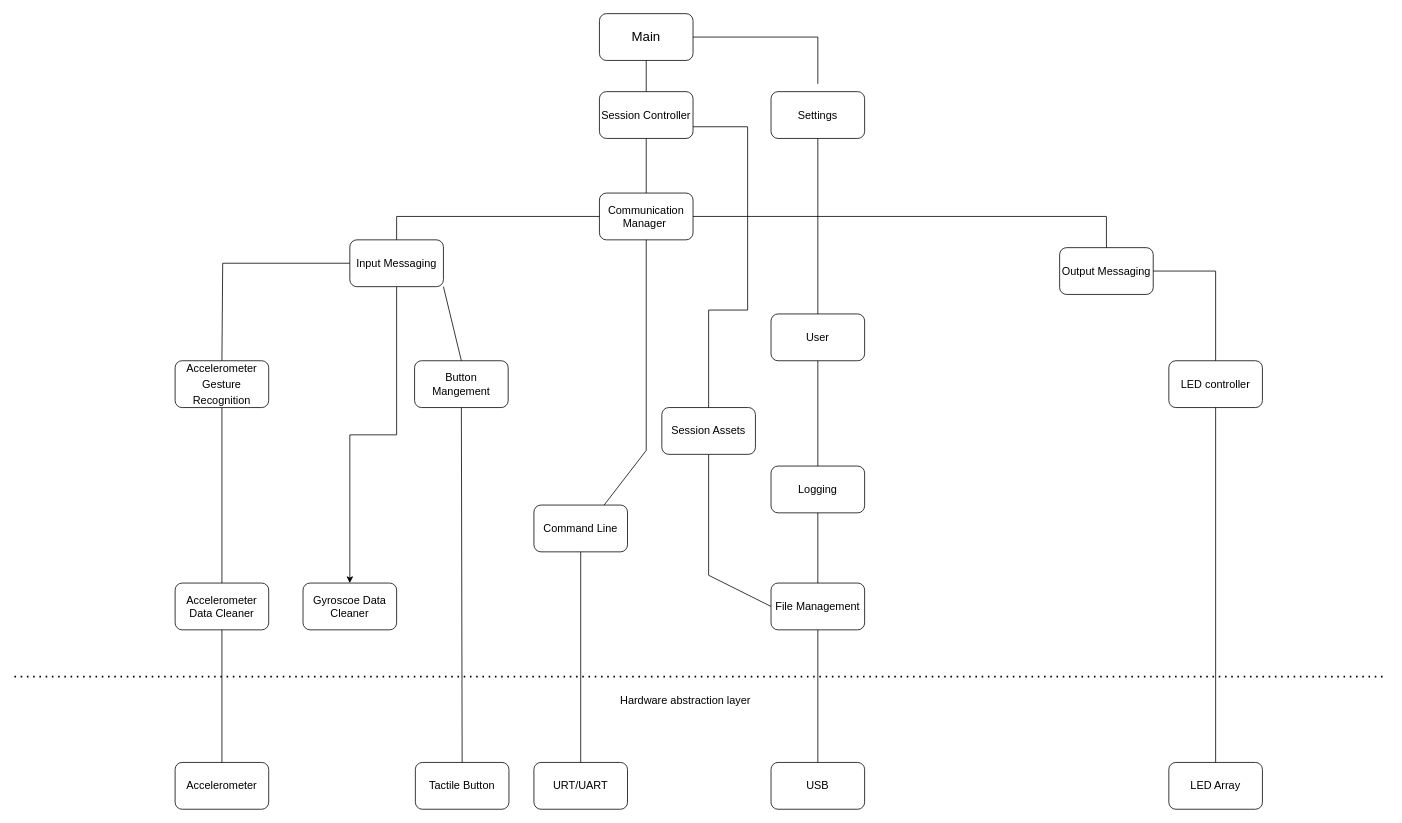
Above: page "HoC" (3 of 4) of homework_week_6/Assets/Final_project.drawio in error404notfound/making-embedded-systems-homework (draw.io), before the change. Source tidied: cells renumbered, new cells numbered last; positions are measured from the earlier drawing's top-left corner, leaving out a move shared by most shapes. Both pictures are drawn from the tidied source at 78%, with x=0, y=0 at pixel (14, 13).
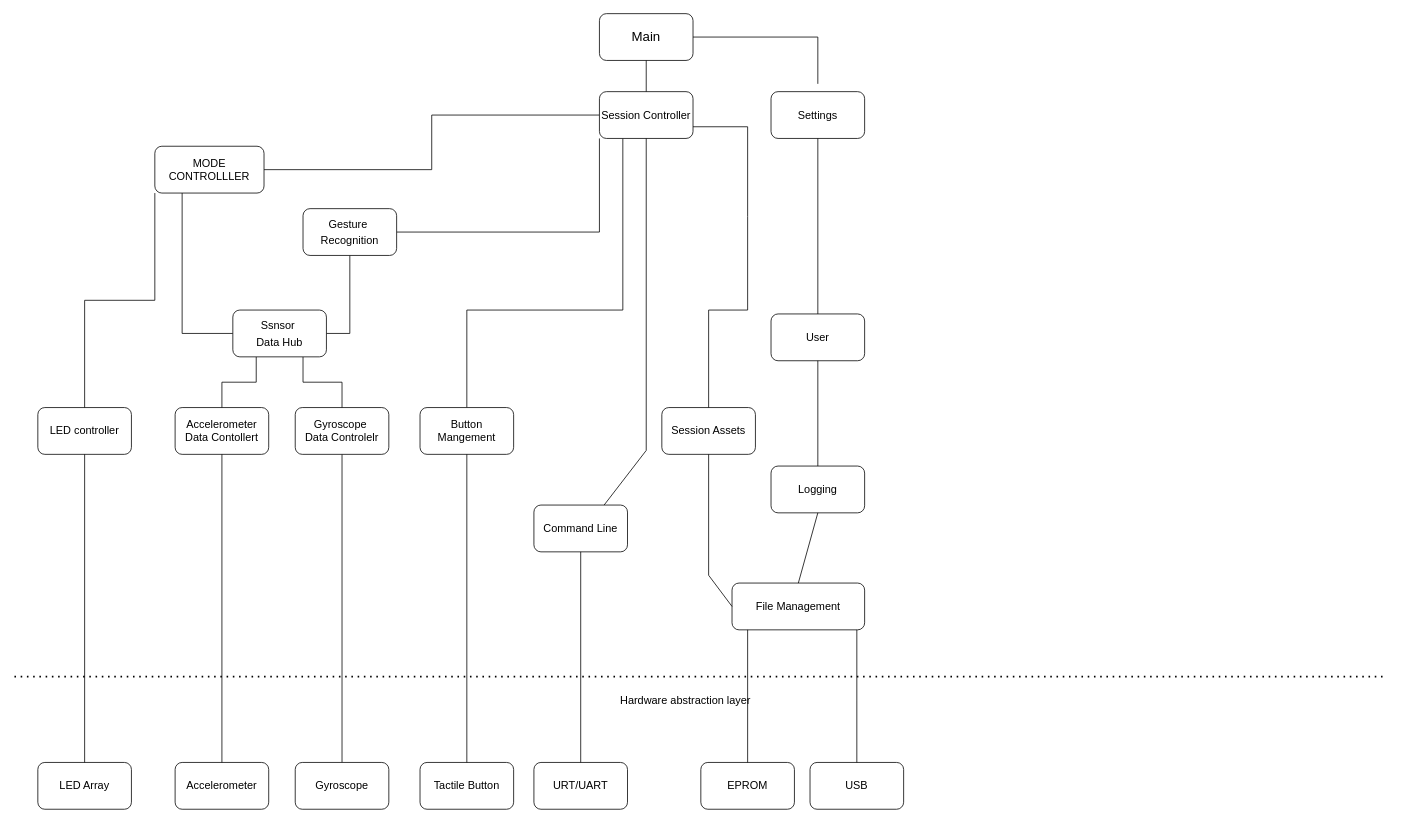
After the change.

Commit message (it also covers changes not shown here):
adding HoC diagram

Unchanged cells that the change refers to:
```xml
<mxCell id="4" value="Command Line" style="rounded=1;whiteSpace=wrap;html=1;fontSize=14;" parent="1" vertex="1">
  <mxGeometry x="666" y="630" width="120" height="60" as="geometry" />
</mxCell>
<mxCell id="9" value="Session Controller" style="rounded=1;whiteSpace=wrap;html=1;fontSize=14;" parent="1" vertex="1">
  <mxGeometry x="750" y="100" width="120" height="60" as="geometry" />
</mxCell>
```

Diff of the diagram source:
```diff
@@
+    <mxCell id="46" style="edgeStyle=orthogonalEdgeStyle;rounded=0;jettySize=auto;html=1;exitX=1;exitY=0.5;exitDx=0;exitDy=0;endArrow=none;endFill=0;entryX=0;entryY=1;entryDx=0;entryDy=0;" parent="1" edge="1" source="3" target="9">
+      <mxGeometry relative="1" as="geometry">
+        <Array as="points">
+          <mxPoint x="750" y="280" />
+        </Array>
+      </mxGeometry>
+    </mxCell>
+    <mxCell id="47" style="edgeStyle=orthogonalEdgeStyle;rounded=0;jettySize=auto;html=1;exitX=0.5;exitY=1;exitDx=0;exitDy=0;entryX=1;entryY=0.5;entryDx=0;entryDy=0;endArrow=none;endFill=0;" parent="1" edge="1" source="3" target="56">
+      <mxGeometry relative="1" as="geometry" />
+    </mxCell>
-    <mxCell id="3" value="&lt;font style=&quot;font-size: 14px&quot;&gt;Accelerometer Gesture Recognition&lt;/font&gt;" style="rounded=1;whiteSpace=wrap;html=1;fontSize=17;" parent="1" vertex="1">
-      <mxGeometry x="206" y="445" width="120" height="60" as="geometry" />
+    <mxCell id="3" value="&lt;font style=&quot;font-size: 14px&quot;&gt;Gesture&amp;nbsp;&lt;br&gt;Recognition&lt;br&gt;&lt;/font&gt;" style="rounded=1;whiteSpace=wrap;html=1;fontSize=17;" parent="1" vertex="1">
+      <mxGeometry x="370" y="250" width="120" height="60" as="geometry" />
     </mxCell>
@@
     <mxCell id="6" value="LED controller" style="rounded=1;whiteSpace=wrap;html=1;fontSize=14;" parent="1" vertex="1">
-      <mxGeometry x="1480" y="445" width="120" height="60" as="geometry" />
+      <mxGeometry x="30" y="505" width="120" height="60" as="geometry" />
     </mxCell>
+    <mxCell id="48" style="edgeStyle=orthogonalEdgeStyle;rounded=0;jettySize=auto;html=1;entryX=0.25;entryY=1;entryDx=0;entryDy=0;endArrow=none;endFill=0;" parent="1" edge="1" source="7" target="9">
+      <mxGeometry relative="1" as="geometry">
+        <Array as="points">
+          <mxPoint x="580" y="380" />
+          <mxPoint x="780" y="380" />
+        </Array>
+      </mxGeometry>
+    </mxCell>
     <mxCell id="7" value="Button Mangement" style="rounded=1;whiteSpace=wrap;html=1;fontSize=14;" parent="1" vertex="1">
-      <mxGeometry x="513" y="445" width="120" height="60" as="geometry" />
+      <mxGeometry x="520" y="505" width="120" height="60" as="geometry" />
     </mxCell>
@@
+    <mxCell id="49" style="edgeStyle=orthogonalEdgeStyle;rounded=0;jettySize=auto;html=1;entryX=1;entryY=0.5;entryDx=0;entryDy=0;endArrow=none;endFill=0;" parent="1" edge="1" source="9" target="12">
+      <mxGeometry relative="1" as="geometry" />
+    </mxCell>
@@
-    <mxCell id="10" value="Communication&lt;br&gt;Manager&amp;nbsp;" style="rounded=1;whiteSpace=wrap;html=1;fontSize=14;" parent="1" vertex="1">
-      <mxGeometry x="750" y="230" width="120" height="60" as="geometry" />
-    </mxCell>
-    <mxCell id="11" style="edgeStyle=orthogonalEdgeStyle;rounded=0;jettySize=auto;html=1;exitX=0.5;exitY=1;exitDx=0;exitDy=0;entryX=0.5;entryY=0;entryDx=0;entryDy=0;" parent="1" edge="1" source="12" target="45">
-      <mxGeometry relative="1" as="geometry" />
-    </mxCell>
+    <mxCell id="50" style="edgeStyle=orthogonalEdgeStyle;rounded=0;jettySize=auto;html=1;exitX=0;exitY=1;exitDx=0;exitDy=0;endArrow=none;endFill=0;" parent="1" edge="1" source="12" target="6">
+      <mxGeometry relative="1" as="geometry" />
+    </mxCell>
+    <mxCell id="51" style="edgeStyle=orthogonalEdgeStyle;rounded=0;jettySize=auto;html=1;exitX=0.25;exitY=1;exitDx=0;exitDy=0;entryX=0;entryY=0.5;entryDx=0;entryDy=0;endArrow=none;endFill=0;" parent="1" edge="1" source="12" target="56">
+      <mxGeometry relative="1" as="geometry" />
+    </mxCell>
-    <mxCell id="12" value="Input Messaging" style="rounded=1;whiteSpace=wrap;html=1;fontSize=14;" parent="1" vertex="1">
-      <mxGeometry x="430" y="290" width="120" height="60" as="geometry" />
+    <mxCell id="12" value="MODE&lt;br&gt;CONTROLLLER&lt;br&gt;" style="rounded=1;whiteSpace=wrap;html=1;fontSize=14;" parent="1" vertex="1">
+      <mxGeometry x="180" y="170" width="140" height="60" as="geometry" />
     </mxCell>
-    <mxCell id="13" value="Output Messaging" style="rounded=1;whiteSpace=wrap;html=1;fontSize=14;" parent="1" vertex="1">
-      <mxGeometry x="1340" y="300" width="120" height="60" as="geometry" />
-    </mxCell>
@@
     <mxCell id="16" value="LED Array" style="rounded=1;whiteSpace=wrap;html=1;fontSize=14;" parent="1" vertex="1">
-      <mxGeometry x="1480" y="960" width="120" height="60" as="geometry" />
+      <mxGeometry x="30" y="960" width="120" height="60" as="geometry" />
     </mxCell>
     <mxCell id="17" value="USB" style="rounded=1;whiteSpace=wrap;html=1;fontSize=14;" parent="1" vertex="1">
-      <mxGeometry x="970" y="960" width="120" height="60" as="geometry" />
+      <mxGeometry x="1020" y="960" width="120" height="60" as="geometry" />
     </mxCell>
@@
     <mxCell id="19" value="Tactile Button" style="rounded=1;whiteSpace=wrap;html=1;fontSize=14;" parent="1" vertex="1">
-      <mxGeometry x="514" y="960" width="120" height="60" as="geometry" />
+      <mxGeometry x="520" y="960" width="120" height="60" as="geometry" />
     </mxCell>
-    <mxCell id="20" value="Accelerometer Data Cleaner" style="rounded=1;whiteSpace=wrap;html=1;fontSize=14;" parent="1" vertex="1">
-      <mxGeometry x="206" y="730" width="120" height="60" as="geometry" />
+    <mxCell id="20" value="Accelerometer Data Contollert" style="rounded=1;whiteSpace=wrap;html=1;fontSize=14;" parent="1" vertex="1">
+      <mxGeometry x="206" y="505" width="120" height="60" as="geometry" />
     </mxCell>
@@
     <mxCell id="27" value="File Management" style="rounded=1;whiteSpace=wrap;html=1;fontSize=14;" parent="1" vertex="1">
-      <mxGeometry x="970" y="730" width="120" height="60" as="geometry" />
+      <mxGeometry x="920" y="730" width="170" height="60" as="geometry" />
     </mxCell>
-    <mxCell id="28" style="endArrow=none;html=1;rounded=0;fontSize=14;exitX=0.5;exitY=0;exitDx=0;exitDy=0;entryX=0.5;entryY=1;entryDx=0;entryDy=0;" parent="1" edge="1" source="17" target="27">
-      <mxGeometry relative="1" as="geometry" />
+    <mxCell id="28" style="endArrow=none;html=1;rounded=0;fontSize=14;exitX=0.5;exitY=0;exitDx=0;exitDy=0;entryX=0.5;entryY=1;entryDx=0;entryDy=0;" parent="1" edge="1" source="17">
+      <mxGeometry relative="1" as="geometry">
+        <mxPoint x="1080" y="790" as="targetPoint" />
+        <Array as="points">
+          <mxPoint x="1080" y="880" />
+        </Array>
+      </mxGeometry>
     </mxCell>
@@
-    <mxCell id="31" style="endArrow=none;html=1;rounded=0;fontSize=14;entryX=1;entryY=0.5;entryDx=0;entryDy=0;exitX=0.5;exitY=0;exitDx=0;exitDy=0;" parent="1" edge="1" source="6" target="13">
-      <mxGeometry relative="1" as="geometry">
-        <Array as="points">
-          <mxPoint x="1540" y="330" />
-        </Array>
-      </mxGeometry>
-    </mxCell>
@@
-    <mxCell id="34" style="endArrow=none;html=1;rounded=0;fontSize=14;entryX=0.5;entryY=1;entryDx=0;entryDy=0;exitX=0.5;exitY=0;exitDx=0;exitDy=0;" parent="1" edge="1" source="10" target="9">
-      <mxGeometry relative="1" as="geometry" />
-    </mxCell>
-    <mxCell id="35" style="endArrow=none;html=1;rounded=0;fontSize=14;exitX=1;exitY=0.5;exitDx=0;exitDy=0;entryX=0.5;entryY=0;entryDx=0;entryDy=0;" parent="1" edge="1" source="10" target="13">
-      <mxGeometry relative="1" as="geometry">
-        <Array as="points">
-          <mxPoint x="1400" y="260" />
-        </Array>
-      </mxGeometry>
-    </mxCell>
-    <mxCell id="36" style="endArrow=none;html=1;rounded=0;fontSize=14;entryX=0;entryY=0.5;entryDx=0;entryDy=0;exitX=0.5;exitY=0;exitDx=0;exitDy=0;" parent="1" edge="1" source="12" target="10">
-      <mxGeometry relative="1" as="geometry">
-        <Array as="points">
-          <mxPoint x="490" y="260" />
-        </Array>
-      </mxGeometry>
-    </mxCell>
-    <mxCell id="37" style="endArrow=none;html=1;rounded=0;fontSize=14;exitX=0.75;exitY=0;exitDx=0;exitDy=0;entryX=0.5;entryY=1;entryDx=0;entryDy=0;" parent="1" edge="1" source="4" target="10">
+    <mxCell id="37" style="endArrow=none;html=1;rounded=0;fontSize=14;exitX=0.75;exitY=0;exitDx=0;exitDy=0;entryX=0.5;entryY=1;entryDx=0;entryDy=0;" parent="1" edge="1" source="4" target="9">
       <mxGeometry relative="1" as="geometry">
         <Array as="points">
           <mxPoint x="810" y="560" />
         </Array>
       </mxGeometry>
     </mxCell>
-    <mxCell id="38" style="endArrow=none;html=1;rounded=0;fontSize=14;exitX=0.5;exitY=0;exitDx=0;exitDy=0;entryX=0;entryY=0.5;entryDx=0;entryDy=0;" parent="1" edge="1" source="3" target="12">
-      <mxGeometry relative="1" as="geometry">
-        <Array as="points">
-          <mxPoint x="267" y="320" />
-        </Array>
-      </mxGeometry>
-    </mxCell>
-    <mxCell id="39" style="endArrow=none;html=1;rounded=0;fontSize=14;entryX=1;entryY=1;entryDx=0;entryDy=0;exitX=0.5;exitY=0;exitDx=0;exitDy=0;" parent="1" edge="1" source="7" target="12">
-      <mxGeometry relative="1" as="geometry" />
-    </mxCell>
@@
-    <mxCell id="41" style="endArrow=none;html=1;rounded=0;fontSize=14;entryX=0.5;entryY=1;entryDx=0;entryDy=0;exitX=0.5;exitY=0;exitDx=0;exitDy=0;" parent="1" edge="1" source="20" target="3">
-      <mxGeometry relative="1" as="geometry" />
-    </mxCell>
@@
+    <mxCell id="52" style="edgeStyle=orthogonalEdgeStyle;rounded=0;jettySize=auto;html=1;exitX=0.5;exitY=1;exitDx=0;exitDy=0;entryX=0.5;entryY=0;entryDx=0;entryDy=0;endArrow=none;endFill=0;" parent="1" edge="1" source="45" target="53">
+      <mxGeometry relative="1" as="geometry" />
+    </mxCell>
-    <mxCell id="45" value="Gyroscoe Data Cleaner" style="rounded=1;whiteSpace=wrap;html=1;fontSize=14;" parent="1" vertex="1">
-      <mxGeometry x="370" y="730" width="120" height="60" as="geometry" />
+    <mxCell id="45" value="Gyroscope&amp;nbsp;&lt;br&gt;Data Controlelr" style="rounded=1;whiteSpace=wrap;html=1;fontSize=14;" parent="1" vertex="1">
+      <mxGeometry x="360" y="505" width="120" height="60" as="geometry" />
     </mxCell>
+    <mxCell id="53" value="Gyroscope" style="rounded=1;whiteSpace=wrap;html=1;fontSize=14;" parent="1" vertex="1">
+      <mxGeometry x="360" y="960" width="120" height="60" as="geometry" />
+    </mxCell>
+    <mxCell id="54" style="edgeStyle=orthogonalEdgeStyle;rounded=0;jettySize=auto;html=1;exitX=0.75;exitY=1;exitDx=0;exitDy=0;entryX=0.5;entryY=0;entryDx=0;entryDy=0;endArrow=none;endFill=0;" parent="1" edge="1" source="56" target="45">
+      <mxGeometry relative="1" as="geometry" />
+    </mxCell>
+    <mxCell id="55" style="edgeStyle=orthogonalEdgeStyle;rounded=0;jettySize=auto;html=1;exitX=0.25;exitY=1;exitDx=0;exitDy=0;entryX=0.5;entryY=0;entryDx=0;entryDy=0;endArrow=none;endFill=0;" parent="1" edge="1" source="56" target="20">
+      <mxGeometry relative="1" as="geometry" />
+    </mxCell>
+    <mxCell id="56" value="&lt;font style=&quot;font-size: 14px&quot;&gt;Ssnsor&amp;nbsp;&lt;br&gt;Data Hub&lt;br&gt;&lt;/font&gt;" style="rounded=1;whiteSpace=wrap;html=1;fontSize=17;" parent="1" vertex="1">
+      <mxGeometry x="280" y="380" width="120" height="60" as="geometry" />
+    </mxCell>
+    <mxCell id="57" value="EPROM" style="rounded=1;whiteSpace=wrap;html=1;fontSize=14;" parent="1" vertex="1">
+      <mxGeometry x="880" y="960" width="120" height="60" as="geometry" />
+    </mxCell>
+    <mxCell id="58" style="endArrow=none;html=1;rounded=0;fontSize=14;exitX=0.5;exitY=0;exitDx=0;exitDy=0;entryX=0.5;entryY=1;entryDx=0;entryDy=0;" parent="1" edge="1" source="57">
+      <mxGeometry relative="1" as="geometry">
+        <mxPoint x="940" y="790" as="targetPoint" />
+        <Array as="points">
+          <mxPoint x="940" y="880" />
+        </Array>
+      </mxGeometry>
+    </mxCell>
```
